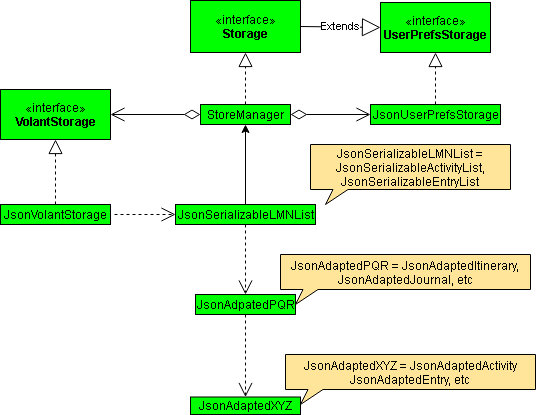
The draw.io diagram images/StorageClassDiagram.png in grrrrnt/main, before a commit. Source tidied: cells renumbered, new cells last; positions are measured from the earlier drawing's top-left corner, leaving out a move shared by most shapes.
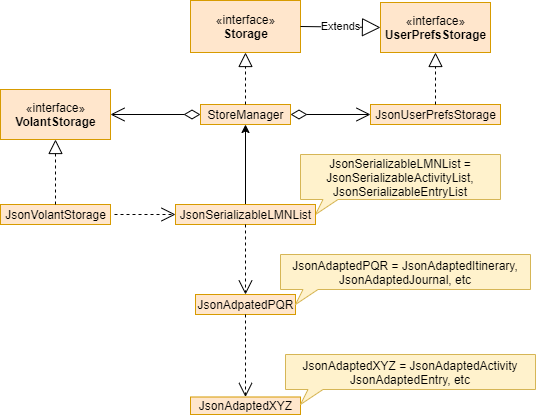
The same diagram one commit later.

Diff of the diagram source:
```diff
@@ -13,22 +13,22 @@
         <mxPoint x="10" y="1" as="offset" />
       </mxGeometry>
     </mxCell>
-    <mxCell id="4" value="«interface»&lt;br&gt;&lt;b&gt;Storage&lt;/b&gt;" style="html=1;fillColor=#00FF00;" parent="1" vertex="1">
+    <mxCell id="4" value="«interface»&lt;br&gt;&lt;b&gt;Storage&lt;/b&gt;" style="html=1;fillColor=#ffe6cc;strokeColor=#d79b00;" parent="1" vertex="1">
       <mxGeometry x="190" width="110" height="52" as="geometry" />
     </mxCell>
-    <mxCell id="5" value="StoreManager" style="html=1;fillColor=#00FF00;" parent="1" vertex="1">
+    <mxCell id="5" value="StoreManager" style="html=1;fillColor=#ffe6cc;strokeColor=#d79b00;" parent="1" vertex="1">
       <mxGeometry x="200" y="104" width="90" height="20" as="geometry" />
     </mxCell>
-    <mxCell id="6" value="«interface»&lt;br&gt;&lt;b&gt;UserPrefsStorage&lt;/b&gt;" style="html=1;fillColor=#00FF00;" parent="1" vertex="1">
+    <mxCell id="6" value="«interface»&lt;br&gt;&lt;b&gt;UserPrefsStorage&lt;/b&gt;" style="html=1;fillColor=#ffe6cc;strokeColor=#d79b00;" parent="1" vertex="1">
       <mxGeometry x="380" y="2" width="110" height="50" as="geometry" />
     </mxCell>
     <mxCell id="7" value="Extends" style="endArrow=block;endSize=16;endFill=0;html=1;strokeWidth=1;entryX=0;entryY=0.5;entryDx=0;entryDy=0;exitX=1;exitY=0.5;exitDx=0;exitDy=0;" parent="1" edge="1" source="4" target="6">
       <mxGeometry relative="1" as="geometry" />
     </mxCell>
-    <mxCell id="8" value="«interface»&lt;br&gt;&lt;b&gt;VolantStorage&lt;/b&gt;" style="html=1;fillColor=#00FF00;" parent="1" vertex="1">
+    <mxCell id="8" value="«interface»&lt;br&gt;&lt;b&gt;VolantStorage&lt;/b&gt;" style="html=1;fillColor=#ffe6cc;strokeColor=#d79b00;" parent="1" vertex="1">
       <mxGeometry y="89" width="110" height="50" as="geometry" />
     </mxCell>
-    <mxCell id="9" value="JsonVolantStorage" style="html=1;fillColor=#00FF00;" parent="1" vertex="1">
+    <mxCell id="9" value="JsonVolantStorage" style="html=1;fillColor=#ffe6cc;strokeColor=#d79b00;" parent="1" vertex="1">
       <mxGeometry y="204" width="110" height="20" as="geometry" />
     </mxCell>
     <mxCell id="10" style="endArrow=block;dashed=1;endFill=0;endSize=12;html=1;strokeWidth=1;" parent="1" edge="1" source="13">
@@ -41,10 +41,10 @@
         <mxPoint x="234" y="214" as="targetPoint" />
       </mxGeometry>
     </mxCell>
-    <mxCell id="12" value="JsonAdpatedPQR" style="html=1;fillColor=#00FF00;" parent="1" vertex="1">
+    <mxCell id="12" value="JsonAdpatedPQR" style="html=1;fillColor=#ffe6cc;strokeColor=#d79b00;" parent="1" vertex="1">
       <mxGeometry x="195" y="294" width="100" height="20" as="geometry" />
     </mxCell>
-    <mxCell id="13" value="JsonUserPrefsStorage" style="html=1;fillColor=#00FF00;" parent="1" vertex="1">
+    <mxCell id="13" value="JsonUserPrefsStorage" style="html=1;fillColor=#ffe6cc;strokeColor=#d79b00;" parent="1" vertex="1">
       <mxGeometry x="370" y="104" width="130" height="20" as="geometry" />
     </mxCell>
     <mxCell id="14" style="endArrow=block;dashed=1;endFill=0;endSize=12;html=1;strokeWidth=1;entryX=0.5;entryY=1;entryDx=0;entryDy=0;" parent="1" edge="1" target="6">
@@ -55,17 +55,17 @@
     <mxCell id="15" value="Use" style="endArrow=open;endSize=12;dashed=1;html=1;strokeWidth=1;entryX=0.5;entryY=0;entryDx=0;entryDy=0;exitX=0.5;exitY=1;exitDx=0;exitDy=0;fontColor=#FFFFFF;" parent="1" edge="1" source="12" target="16">
       <mxGeometry x="-0.76" y="-125" relative="1" as="geometry" />
     </mxCell>
-    <mxCell id="16" value="JsonAdaptedXYZ" style="html=1;fillColor=#00FF00;" parent="1" vertex="1">
+    <mxCell id="16" value="JsonAdaptedXYZ" style="html=1;fillColor=#ffe6cc;strokeColor=#d79b00;" parent="1" vertex="1">
       <mxGeometry x="190" y="396.5" width="110" height="17.5" as="geometry" />
     </mxCell>
-    <mxCell id="17" value="JsonAdaptedPQR = JsonAdaptedItinerary, JsonAdaptedJournal, etc" style="whiteSpace=wrap;html=1;shape=mxgraph.basic.rectCallout;dx=30;dy=15;boundedLbl=1;fillColor=#FFE599;" parent="1" vertex="1">
+    <mxCell id="17" value="JsonAdaptedPQR = JsonAdaptedItinerary, JsonAdaptedJournal, etc" style="whiteSpace=wrap;html=1;shape=mxgraph.basic.rectCallout;dx=30;dy=15;boundedLbl=1;fillColor=#fff2cc;strokeColor=#d6b656;" parent="1" vertex="1">
       <mxGeometry x="280" y="254" width="250" height="50" as="geometry" />
     </mxCell>
-    <mxCell id="18" value="JsonAdaptedXYZ = JsonAdaptedActivity JsonAdaptedEntry, etc" style="whiteSpace=wrap;html=1;shape=mxgraph.basic.rectCallout;dx=30;dy=15;boundedLbl=1;fillColor=#FFE599;" parent="1" vertex="1">
+    <mxCell id="18" value="JsonAdaptedXYZ = JsonAdaptedActivity JsonAdaptedEntry, etc" style="whiteSpace=wrap;html=1;shape=mxgraph.basic.rectCallout;dx=30;dy=15;boundedLbl=1;fillColor=#fff2cc;strokeColor=#d6b656;" parent="1" vertex="1">
       <mxGeometry x="285" y="354" width="250" height="50" as="geometry" />
     </mxCell>
-    <mxCell id="19" value="JsonSerializableLMNList = JsonSerializableActivityList, JsonSerializableEntryList" style="whiteSpace=wrap;html=1;shape=mxgraph.basic.rectCallout;dx=30;dy=15;boundedLbl=1;fillColor=#FFE599;" parent="1" vertex="1">
-      <mxGeometry x="310" y="144" width="200" height="60" as="geometry" />
+    <mxCell id="19" value="JsonSerializableLMNList = JsonSerializableActivityList, JsonSerializableEntryList" style="whiteSpace=wrap;html=1;shape=mxgraph.basic.rectCallout;dx=30;dy=15;boundedLbl=1;fillColor=#fff2cc;strokeColor=#d6b656;" parent="1" vertex="1">
+      <mxGeometry x="300" y="154" width="200" height="60" as="geometry" />
     </mxCell>
     <mxCell id="20" style="endArrow=block;dashed=1;endFill=0;endSize=12;html=1;strokeWidth=1;" parent="1" edge="1" target="4">
       <mxGeometry relative="1" as="geometry">
@@ -78,7 +78,7 @@
     <mxCell id="22" style="edgeStyle=orthogonalEdgeStyle;rounded=0;jettySize=auto;html=1;strokeWidth=1;" parent="1" edge="1" source="23" target="5">
       <mxGeometry relative="1" as="geometry" />
     </mxCell>
-    <mxCell id="23" value="JsonSerializableLMNList" style="html=1;fillColor=#00FF00;" parent="1" vertex="1">
+    <mxCell id="23" value="JsonSerializableLMNList" style="html=1;fillColor=#ffe6cc;strokeColor=#d79b00;" parent="1" vertex="1">
       <mxGeometry x="175" y="204" width="140" height="20" as="geometry" />
     </mxCell>
     <mxCell id="24" value="Use" style="endArrow=open;endSize=12;dashed=1;html=1;strokeWidth=1;entryX=0;entryY=0.5;entryDx=0;entryDy=0;fontColor=#FFFFFF;" parent="1" edge="1" target="23">
```
